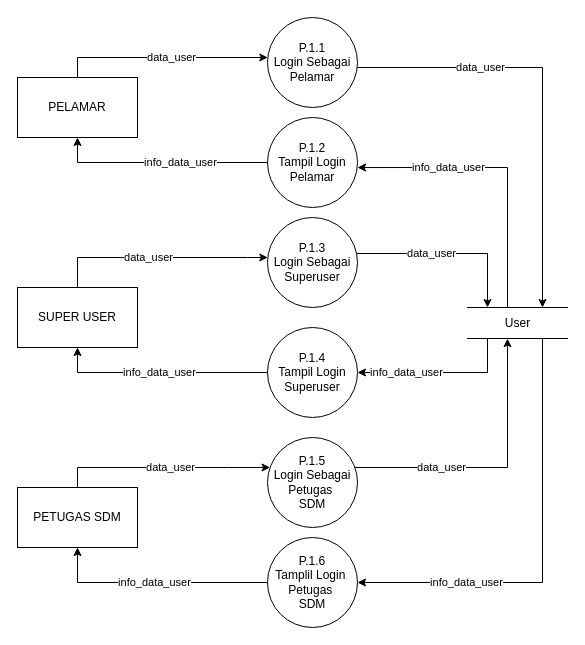
This is page "DFD P.1" (3 of 7) of DFD v2.drawio from keys2505/tugas-akhir, a draw.io file, before an edit. Source tidied: cells renumbered, new cells numbered last; positions are measured from the earlier drawing's top-left corner, leaving out a move shared by most shapes. Both pictures are drawn from the tidied source at 100%, with x=0, y=0 at pixel (17, 17).
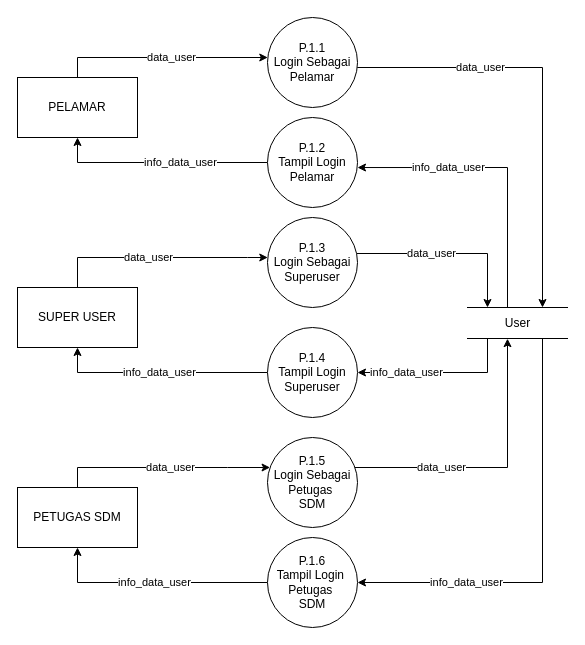
After the change.

The edit, as a diff of the source:
```diff
@@
-    <mxCell id="23" value="&lt;div&gt;P.1.6&lt;/div&gt;&lt;div&gt;Tamplil Login&amp;nbsp; Petugas&amp;nbsp;&lt;br&gt;&lt;/div&gt;SDM" style="ellipse;whiteSpace=wrap;html=1;" parent="1" vertex="1">
+    <mxCell id="23" value="&lt;div&gt;P.1.6&lt;/div&gt;&lt;div&gt;Tampil Login&amp;nbsp; Petugas&amp;nbsp;&lt;br&gt;&lt;/div&gt;SDM" style="ellipse;whiteSpace=wrap;html=1;" parent="1" vertex="1">
       <mxGeometry x="250" y="520" width="90" height="90" as="geometry" />
     </mxCell>
```
